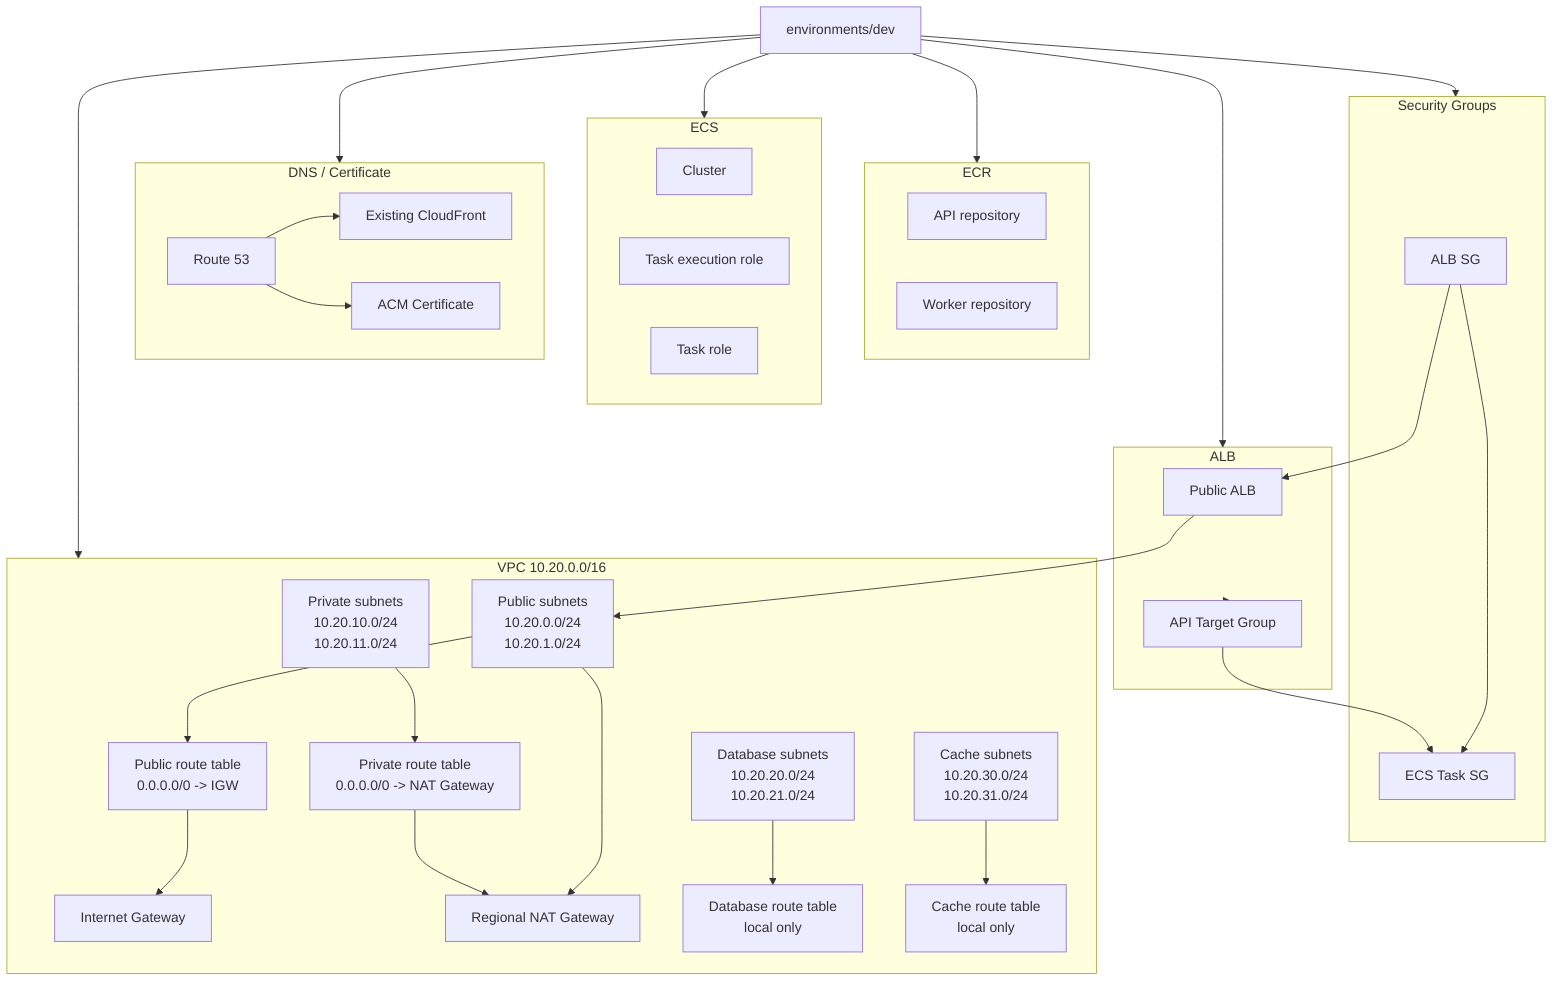
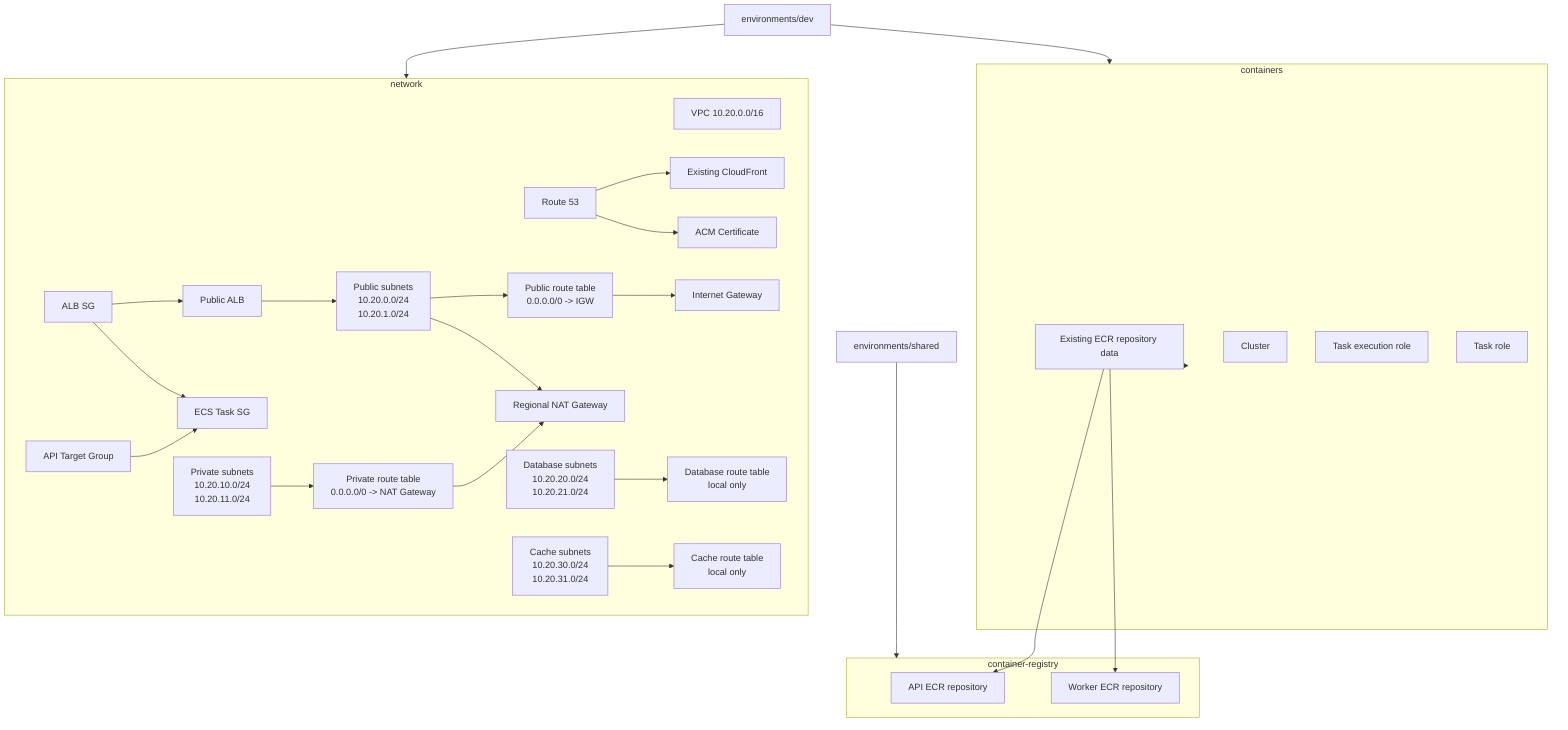
flowchart TB
  root["environments/dev"]
+   shared["environments/shared"]

-   subgraph ecr["ECR"]
-     api_repo["API repository"]
-     worker_repo["Worker repository"]
+   subgraph registry["container-registry"]
+     api_repo["API ECR repository"]
+     worker_repo["Worker ECR repository"]
  end

-   subgraph ecs["ECS"]
+   subgraph containers["containers"]
+     ecr_data["Existing ECR repository data"]
    cluster["Cluster"]
    task_execution_role["Task execution role"]
    task_role["Task role"]
  end

-   subgraph alb["ALB"]
-     public_alb["Public ALB"]
-     api_tg["API Target Group"]
-   end
- 
-   subgraph dns["DNS / Certificate"]
-     route53["Route 53"]
-     acm["ACM Certificate"]
-     cloudfront["Existing CloudFront"]
-   end
- 
-   subgraph security["Security Groups"]
-     alb_sg["ALB SG"]
-     ecs_task_sg["ECS Task SG"]
-   end
- 
-   subgraph vpc["VPC 10.20.0.0/16"]
+   subgraph network["network"]
+     vpc["VPC 10.20.0.0/16"]
    igw["Internet Gateway"]
    nat["Regional NAT Gateway"]

    public["Public subnets\n10.20.0.0/24\n10.20.1.0/24"]
    private["Private subnets\n10.20.10.0/24\n10.20.11.0/24"]
    database["Database subnets\n10.20.20.0/24\n10.20.21.0/24"]
    cache["Cache subnets\n10.20.30.0/24\n10.20.31.0/24"]

    public_rt["Public route table\n0.0.0.0/0 -> IGW"]
    private_rt["Private route table\n0.0.0.0/0 -> NAT Gateway"]
    database_rt["Database route table\nlocal only"]
    cache_rt["Cache route table\nlocal only"]
+ 
+     public_alb["Public ALB"]
+     api_tg["API Target Group"]
+     route53["Route 53"]
+     acm["ACM Certificate"]
+     cloudfront["Existing CloudFront"]
+     alb_sg["ALB SG"]
+     ecs_task_sg["ECS Task SG"]
  end

-   root --> ecr
-   root --> ecs
-   root --> alb
-   root --> dns
-   root --> security
-   root --> vpc
+   shared --> registry
+   root --> containers
+   root --> network
+   containers --> ecr_data
+   ecr_data --> api_repo
+   ecr_data --> worker_repo
  route53 --> cloudfront
  route53 --> acm
-   alb --> api_tg
  alb_sg --> public_alb
  alb_sg --> ecs_task_sg
  public_alb --> public
  api_tg --> ecs_task_sg
  public --> public_rt
  public --> nat
  public_rt --> igw
  private --> private_rt
  private_rt --> nat
  database --> database_rt
  cache --> cache_rt
